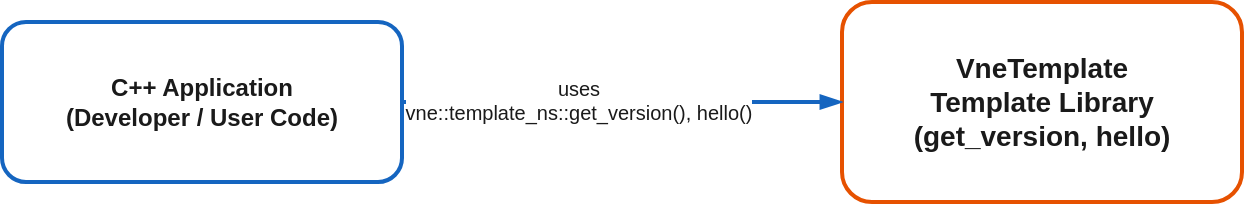
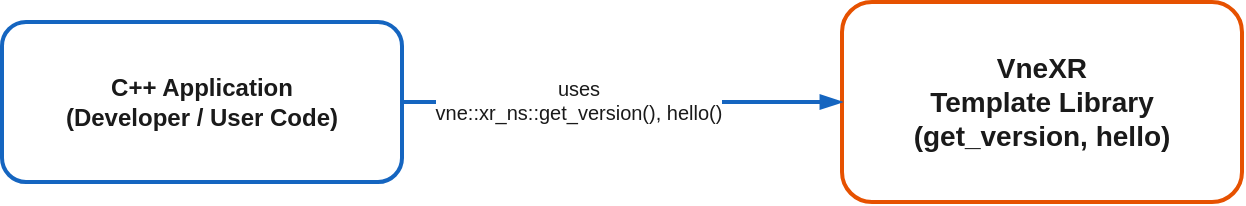
<mxfile host="65bd71144e">
    <diagram name="System Context (C4 Level 1)" id="context">
        <mxGraphModel dx="910" dy="770" grid="1" gridSize="10" guides="1" tooltips="1" connect="1" arrows="1" fold="1" page="1" pageScale="1" pageWidth="1200" pageHeight="900" math="0" shadow="0">
            <root>
                <mxCell id="0"/>
                <mxCell id="1" parent="0"/>
                <mxCell id="app" value="C++ Application&#10;(Developer / User Code)" style="rounded=1;whiteSpace=wrap;html=1;fillColor=#ffffff;strokeColor=#1565c0;strokeWidth=2;fontStyle=1;fontSize=12;fontColor=#1a1a1a;" parent="1" vertex="1">
                    <mxGeometry x="20" y="320" width="200" height="80" as="geometry"/>
                </mxCell>
-                 <mxCell id="vne" value="VneTemplate&#10;Template Library&#10;(get_version, hello)" style="rounded=1;whiteSpace=wrap;html=1;fillColor=#ffffff;strokeColor=#e65100;strokeWidth=2;fontStyle=1;fontSize=14;fontColor=#1a1a1a;" parent="1" vertex="1">
+                 <mxCell id="vne" value="VneXR&#10;Template Library&#10;(get_version, hello)" style="rounded=1;whiteSpace=wrap;html=1;fillColor=#ffffff;strokeColor=#e65100;strokeWidth=2;fontStyle=1;fontSize=14;fontColor=#1a1a1a;" parent="1" vertex="1">
                    <mxGeometry x="440" y="310" width="200" height="100" as="geometry"/>
                </mxCell>
                <mxCell id="r1" style="endArrow=blockThin;endFill=1;html=1;strokeWidth=2;strokeColor=#1565c0;exitX=1;exitY=0.5;exitDx=0;exitDy=0;entryX=0;entryY=0.5;entryDx=0;entryDy=0;" parent="1" source="app" target="vne" edge="1">
                    <mxGeometry relative="1" as="geometry"/>
                </mxCell>
-                 <mxCell id="r1label" value="uses&#10;vne::template_ns::get_version(), hello()" style="edgeLabel;html=1;align=center;verticalAlign=middle;resizable=0;points=[];fontSize=10;fontColor=#1a1a1a;backgroundColor=#ffffff;" parent="r1" connectable="0" vertex="1">
+                 <mxCell id="r1label" value="uses&#10;vne::xr_ns::get_version(), hello()" style="edgeLabel;html=1;align=center;verticalAlign=middle;resizable=0;points=[];fontSize=10;fontColor=#1a1a1a;backgroundColor=#ffffff;" parent="r1" connectable="0" vertex="1">
                    <mxGeometry x="-0.2" y="1" relative="1" as="geometry">
                        <mxPoint as="offset"/>
                    </mxGeometry>
                </mxCell>
            </root>
        </mxGraphModel>
    </diagram>
</mxfile>
